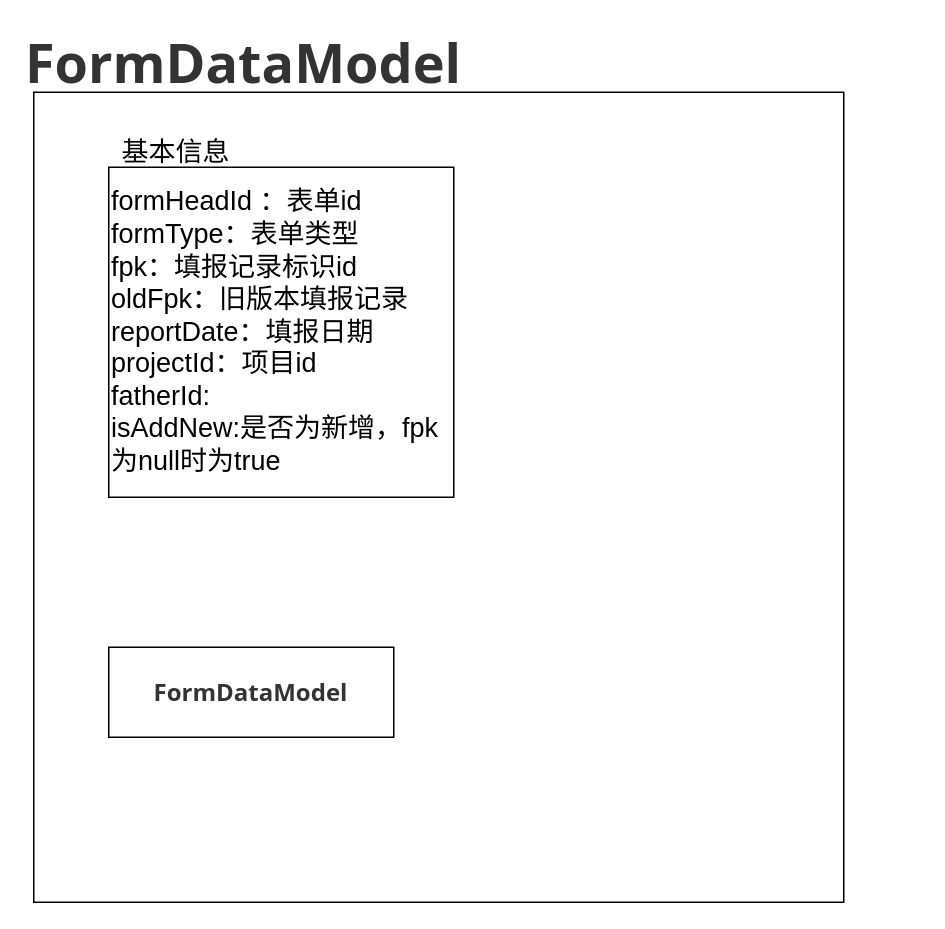
jethrozz/draw keeps this draw.io diagram as Java并发/FormDataModel.drawio. Above is the earlier version. Source tidied: cells renumbered, new cells numbered last; positions are measured from the earlier drawing's top-left corner, leaving out a move shared by most shapes. Both pictures are drawn from the tidied source at 150%, with x=0, y=0 at pixel (33, 46).
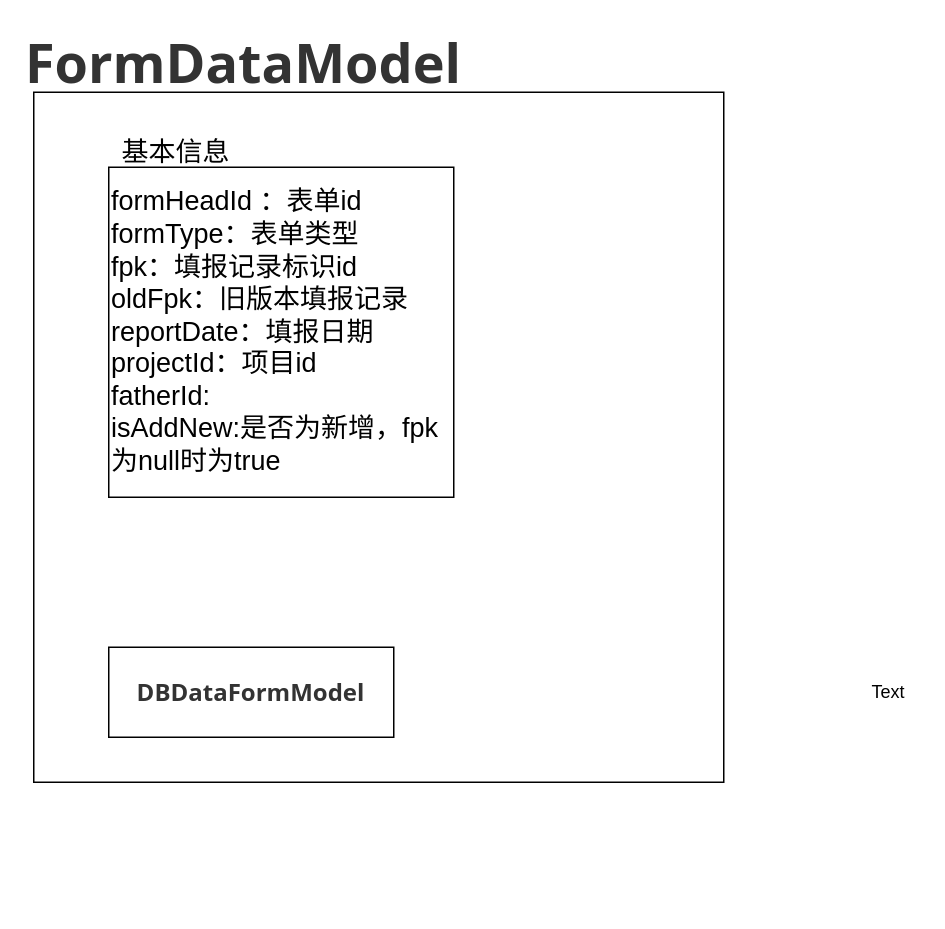
The same page after the edit.

Diff of the diagram source:
```diff
@@
 <mxGraphModel>
   <root>
     <mxCell id="0" />
     <mxCell id="1" parent="0" />
     <mxCell id="2" style="whiteSpace=wrap;html=1;" parent="1" vertex="1">
-      <mxGeometry y="30" width="540" height="540" as="geometry" />
+      <mxGeometry y="30" width="460" height="460" as="geometry" />
     </mxCell>
     <mxCell id="3" value="&lt;span style=&quot;box-sizing: border-box ; color: rgb(51 , 51 , 51) ; font-family: &amp;#34;open sans&amp;#34; , &amp;#34;clear sans&amp;#34; , &amp;#34;helvetica neue&amp;#34; , &amp;#34;helvetica&amp;#34; , &amp;#34;arial&amp;#34; , sans-serif ; background-color: rgb(255 , 255 , 255)&quot;&gt;&lt;span class=&quot;md-plain&quot; style=&quot;box-sizing: border-box&quot;&gt;&lt;font style=&quot;font-size: 36px&quot;&gt;&lt;b&gt;FormDataModel&lt;/b&gt;&lt;/font&gt;&lt;/span&gt;&lt;/span&gt;" style="text;html=1;strokeColor=none;fillColor=none;align=center;verticalAlign=middle;whiteSpace=wrap;rounded=0;" parent="1" vertex="1">
       <mxGeometry x="20" width="240" height="20" as="geometry" />
     </mxCell>
     <mxCell id="4" value="&lt;font style=&quot;font-size: 18px&quot;&gt;formHeadId ：表单id&lt;br&gt;formType：表单类型&lt;br&gt;fpk：填报记录标识id&lt;br&gt;oldFpk：旧版本填报记录&lt;br&gt;reportDate：填报日期&lt;br&gt;projectId：项目id&lt;br&gt;fatherId:&lt;br&gt;isAddNew:是否为新增，fpk为null时为true&lt;/font&gt;" style="rounded=0;whiteSpace=wrap;html=1;align=left;" parent="1" vertex="1">
       <mxGeometry x="50" y="80" width="230" height="220" as="geometry" />
     </mxCell>
     <mxCell id="5" value="&lt;font style=&quot;font-size: 18px&quot;&gt;基本信息&lt;/font&gt;" style="text;html=1;strokeColor=none;fillColor=none;align=center;verticalAlign=middle;whiteSpace=wrap;rounded=0;" parent="1" vertex="1">
       <mxGeometry x="50" y="60" width="90" height="20" as="geometry" />
     </mxCell>
-    <mxCell id="6" value="&lt;strong style=&quot;box-sizing: border-box ; color: rgb(51 , 51 , 51) ; font-family: &amp;#34;open sans&amp;#34; , &amp;#34;clear sans&amp;#34; , &amp;#34;helvetica neue&amp;#34; , &amp;#34;helvetica&amp;#34; , &amp;#34;arial&amp;#34; , sans-serif ; font-size: 16px ; background-color: rgb(255 , 255 , 255)&quot;&gt;&lt;span class=&quot;md-plain&quot; style=&quot;box-sizing: border-box&quot;&gt;FormDataModel&lt;/span&gt;&lt;/strong&gt;" style="rounded=0;whiteSpace=wrap;html=1;" parent="1" vertex="1">
+    <mxCell id="6" value="&lt;strong style=&quot;box-sizing: border-box ; color: rgb(51 , 51 , 51) ; font-family: &amp;#34;open sans&amp;#34; , &amp;#34;clear sans&amp;#34; , &amp;#34;helvetica neue&amp;#34; , &amp;#34;helvetica&amp;#34; , &amp;#34;arial&amp;#34; , sans-serif ; font-size: 16px ; background-color: rgb(255 , 255 , 255)&quot;&gt;&lt;span class=&quot;md-plain&quot; style=&quot;box-sizing: border-box&quot;&gt;DBDataFormModel&lt;/span&gt;&lt;/strong&gt;" style="rounded=0;whiteSpace=wrap;html=1;" parent="1" vertex="1">
       <mxGeometry x="50" y="400" width="190" height="60" as="geometry" />
     </mxCell>
+    <mxCell id="7" value="Text" style="text;html=1;strokeColor=none;fillColor=none;align=center;verticalAlign=middle;whiteSpace=wrap;rounded=0;" parent="1" vertex="1">
+      <mxGeometry x="550" y="420" width="40" height="20" as="geometry" />
+    </mxCell>
   </root>
 </mxGraphModel>
```
